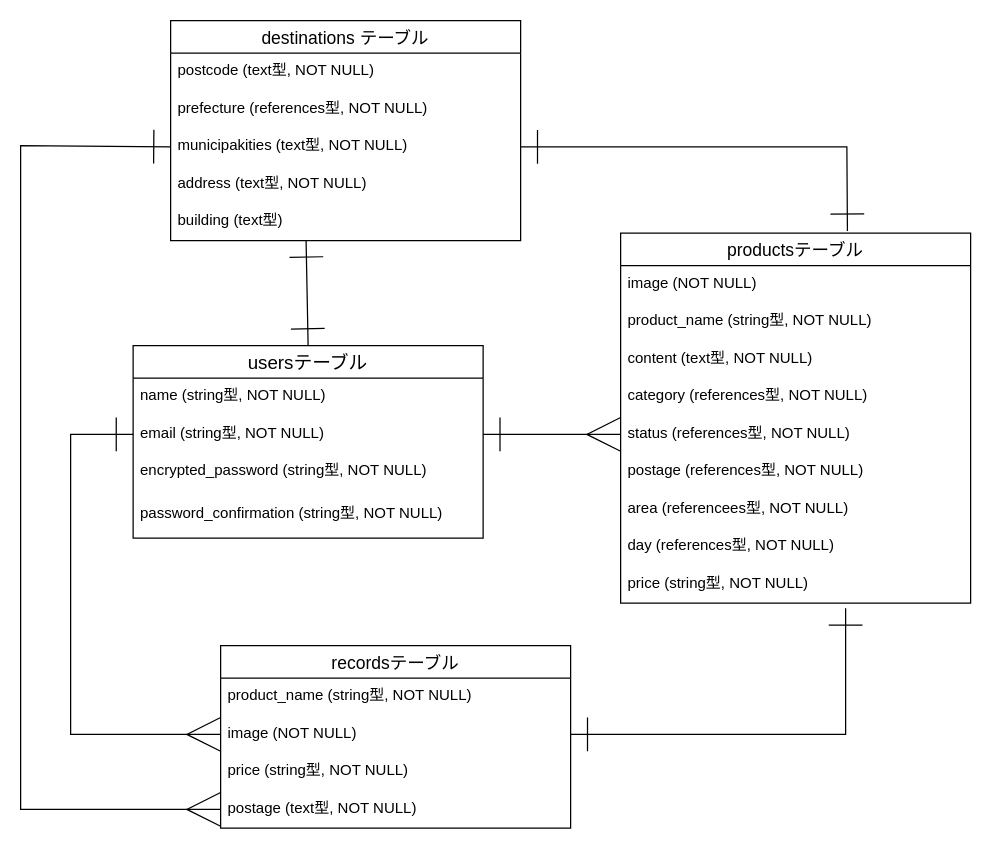
Before: ER.dio in potato972/furima-36681, a draw.io diagram. Source tidied: cells renumbered, new cells numbered last; positions are measured from the earlier drawing's top-left corner, leaving out a move shared by most shapes. Both pictures are drawn from the tidied source at 125%, with x=0, y=0 at pixel (20, 20).
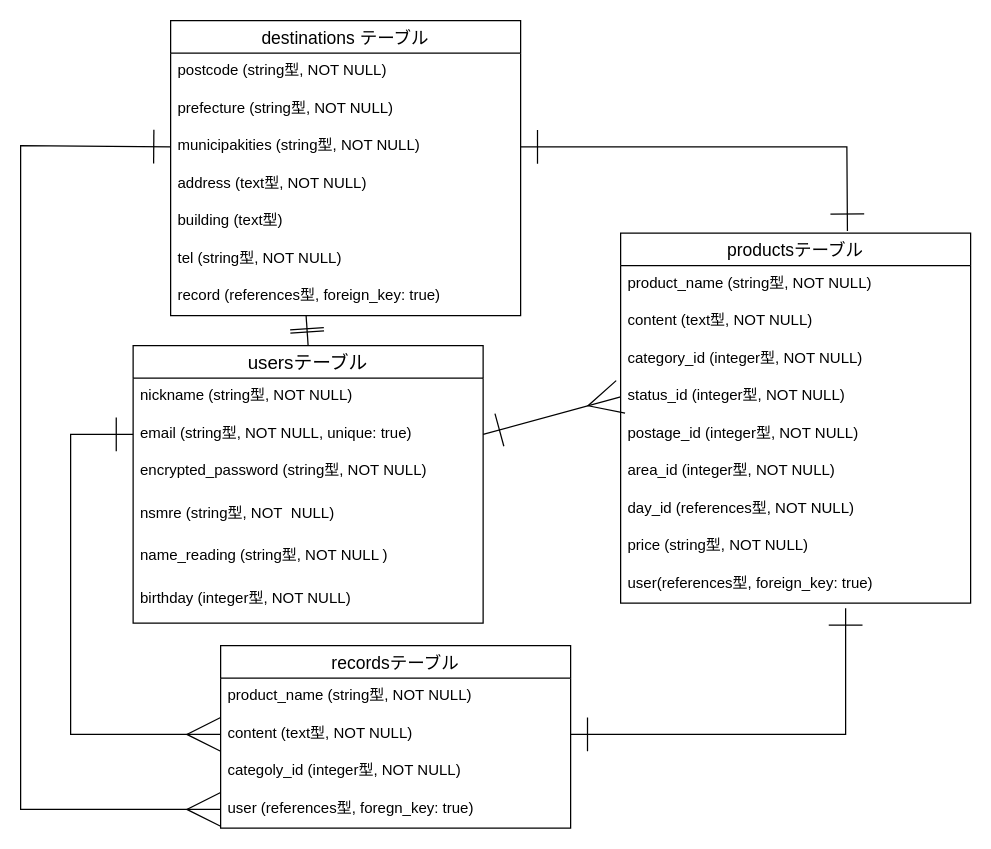
The same diagram, later.

Commit message (it also covers changes not shown here):
READ ME ,ER図修正１

Unchanged cells that the change refers to:
```xml
<mxCell id="9" value="productsテーブル" style="swimlane;fontStyle=0;horizontal=1;startSize=26;align=center;fontSize=14;html=0;" parent="1" vertex="1">
  <mxGeometry x="480" y="170" width="280" height="296" as="geometry" />
</mxCell>
<mxCell id="25" value="recordsテーブル" style="swimlane;fontStyle=0;horizontal=1;startSize=26;align=center;fontSize=14;" parent="1" vertex="1">
  <mxGeometry x="160" y="500" width="280" height="146" as="geometry" />
</mxCell>
```

The edit, as a diff of the source:
```diff
@@
     <mxCell id="3" value="usersテーブル" style="swimlane;fontStyle=0;horizontal=1;startSize=26;align=center;fontSize=15;" parent="1" vertex="1">
-      <mxGeometry x="90" y="260" width="280" height="154" as="geometry" />
+      <mxGeometry x="90" y="260" width="280" height="222" as="geometry" />
     </mxCell>
-    <mxCell id="4" value="name (string型, NOT NULL)" style="text;strokeColor=none;fillColor=none;spacingLeft=4;spacingRight=4;overflow=hidden;fontSize=12;" parent="3" vertex="1">
+    <mxCell id="4" value="nickname (string型, NOT NULL)" style="text;strokeColor=none;fillColor=none;spacingLeft=4;spacingRight=4;overflow=hidden;fontSize=12;" parent="3" vertex="1">
       <mxGeometry y="26" width="280" height="30" as="geometry" />
     </mxCell>
-    <mxCell id="5" value="email (string型, NOT NULL)" style="text;strokeColor=none;fillColor=none;spacingLeft=4;spacingRight=4;overflow=hidden;points=[[0,0.5],[1,0.5]];portConstraint=eastwest;fontSize=12;" parent="3" vertex="1">
+    <mxCell id="5" value="email (string型, NOT NULL, unique: true) " style="text;strokeColor=none;fillColor=none;spacingLeft=4;spacingRight=4;overflow=hidden;points=[[0,0.5],[1,0.5]];portConstraint=eastwest;fontSize=12;" parent="3" vertex="1">
       <mxGeometry y="56" width="280" height="30" as="geometry" />
     </mxCell>
@@
+    <mxCell id="35" value="nsmre (string型, NOT  NULL)" style="text;strokeColor=none;fillColor=none;spacingLeft=4;spacingRight=4;overflow=hidden;fontSize=12;" parent="3" vertex="1">
+      <mxGeometry y="120" width="280" height="34" as="geometry" />
+    </mxCell>
+    <mxCell id="36" value="name_reading (string型, NOT NULL )" style="text;strokeColor=none;fillColor=none;spacingLeft=4;spacingRight=4;overflow=hidden;fontSize=12;" parent="3" vertex="1">
+      <mxGeometry y="154" width="280" height="34" as="geometry" />
+    </mxCell>
-    <mxCell id="7" value="password_confirmation (string型, NOT NULL)&#10;&#10;" style="text;strokeColor=none;fillColor=none;spacingLeft=4;spacingRight=4;overflow=hidden;fontSize=12;" parent="3" vertex="1">
-      <mxGeometry y="120" width="280" height="34" as="geometry" />
+    <mxCell id="7" value="birthday (integer型, NOT NULL)" style="text;strokeColor=none;fillColor=none;spacingLeft=4;spacingRight=4;overflow=hidden;fontSize=12;" parent="3" vertex="1">
+      <mxGeometry y="188" width="280" height="34" as="geometry" />
     </mxCell>
@@
-    <mxCell id="10" value="image (NOT NULL)" style="text;strokeColor=none;fillColor=none;spacingLeft=4;spacingRight=4;overflow=hidden;fontSize=12;" parent="9" vertex="1">
-      <mxGeometry y="26" width="280" height="30" as="geometry" />
-    </mxCell>
     <mxCell id="11" value="product_name (string型, NOT NULL)" style="text;strokeColor=none;fillColor=none;spacingLeft=4;spacingRight=4;overflow=hidden;fontSize=12;" parent="9" vertex="1">
-      <mxGeometry y="56" width="280" height="30" as="geometry" />
+      <mxGeometry y="26" width="280" height="30" as="geometry" />
     </mxCell>
     <mxCell id="12" value="content (text型, NOT NULL)" style="text;strokeColor=none;fillColor=none;spacingLeft=4;spacingRight=4;overflow=hidden;fontSize=12;" parent="9" vertex="1">
-      <mxGeometry y="86" width="280" height="30" as="geometry" />
+      <mxGeometry y="56" width="280" height="30" as="geometry" />
     </mxCell>
-    <mxCell id="13" value="category (references型, NOT NULL)" style="text;strokeColor=none;fillColor=none;spacingLeft=4;spacingRight=4;overflow=hidden;fontSize=12;" parent="9" vertex="1">
-      <mxGeometry y="116" width="280" height="30" as="geometry" />
+    <mxCell id="13" value="category_id (integer型, NOT NULL)" style="text;strokeColor=none;fillColor=none;spacingLeft=4;spacingRight=4;overflow=hidden;fontSize=12;" parent="9" vertex="1">
+      <mxGeometry y="86" width="280" height="30" as="geometry" />
     </mxCell>
-    <mxCell id="14" value="status (references型, NOT NULL)" style="text;strokeColor=none;fillColor=none;spacingLeft=4;spacingRight=4;overflow=hidden;points=[[0,0.5],[1,0.5]];portConstraint=eastwest;fontSize=12;" parent="9" vertex="1">
-      <mxGeometry y="146" width="280" height="30" as="geometry" />
+    <mxCell id="14" value="status_id (integer型, NOT NULL)" style="text;strokeColor=none;fillColor=none;spacingLeft=4;spacingRight=4;overflow=hidden;points=[[0,0.5],[1,0.5]];portConstraint=eastwest;fontSize=12;" parent="9" vertex="1">
+      <mxGeometry y="116" width="280" height="30" as="geometry" />
     </mxCell>
-    <mxCell id="15" value="postage (references型, NOT NULL)" style="text;strokeColor=none;fillColor=none;spacingLeft=4;spacingRight=4;overflow=hidden;fontSize=12;" parent="9" vertex="1">
-      <mxGeometry y="176" width="280" height="30" as="geometry" />
+    <mxCell id="15" value="postage_id (integer型, NOT NULL)" style="text;strokeColor=none;fillColor=none;spacingLeft=4;spacingRight=4;overflow=hidden;fontSize=12;" parent="9" vertex="1">
+      <mxGeometry y="146" width="280" height="30" as="geometry" />
     </mxCell>
-    <mxCell id="16" value="area (referencees型, NOT NULL)" style="text;strokeColor=none;fillColor=none;spacingLeft=4;spacingRight=4;overflow=hidden;fontSize=12;" parent="9" vertex="1">
-      <mxGeometry y="206" width="280" height="30" as="geometry" />
+    <mxCell id="16" value="area_id (integer型, NOT NULL)" style="text;strokeColor=none;fillColor=none;spacingLeft=4;spacingRight=4;overflow=hidden;fontSize=12;" parent="9" vertex="1">
+      <mxGeometry y="176" width="280" height="30" as="geometry" />
     </mxCell>
-    <mxCell id="17" value="day (references型, NOT NULL)&#10;" style="text;strokeColor=none;fillColor=none;spacingLeft=4;spacingRight=4;overflow=hidden;fontSize=12;" parent="9" vertex="1">
-      <mxGeometry y="236" width="280" height="30" as="geometry" />
+    <mxCell id="17" value="day_id (references型, NOT NULL)&#10;" style="text;strokeColor=none;fillColor=none;spacingLeft=4;spacingRight=4;overflow=hidden;fontSize=12;" parent="9" vertex="1">
+      <mxGeometry y="206" width="280" height="30" as="geometry" />
     </mxCell>
     <mxCell id="18" value="price (string型, NOT NULL)" style="text;strokeColor=none;fillColor=none;spacingLeft=4;spacingRight=4;overflow=hidden;fontSize=12;" parent="9" vertex="1">
-      <mxGeometry y="266" width="280" height="30" as="geometry" />
+      <mxGeometry y="236" width="280" height="30" as="geometry" />
     </mxCell>
+    <mxCell id="37" value="user(references型, foreign_key: true)" style="text;strokeColor=none;fillColor=none;spacingLeft=4;spacingRight=4;overflow=hidden;fontSize=12;" parent="9" vertex="1">
+      <mxGeometry y="266" width="280" height="30" as="geometry" />
+    </mxCell>
     <mxCell id="19" value="destinations テーブル" style="swimlane;fontStyle=0;horizontal=1;startSize=26;align=center;fontSize=14;html=0;" parent="1" vertex="1">
-      <mxGeometry x="120" width="280" height="176" as="geometry" />
+      <mxGeometry x="120" width="280" height="236" as="geometry" />
     </mxCell>
-    <mxCell id="20" value="postcode (text型, NOT NULL)" style="text;strokeColor=none;fillColor=none;spacingLeft=4;spacingRight=4;overflow=hidden;fontSize=12;" parent="19" vertex="1">
+    <mxCell id="20" value="postcode (string型, NOT NULL)" style="text;strokeColor=none;fillColor=none;spacingLeft=4;spacingRight=4;overflow=hidden;fontSize=12;" parent="19" vertex="1">
       <mxGeometry y="26" width="280" height="30" as="geometry" />
     </mxCell>
-    <mxCell id="21" value="prefecture (references型, NOT NULL)" style="text;strokeColor=none;fillColor=none;spacingLeft=4;spacingRight=4;overflow=hidden;fontSize=12;" parent="19" vertex="1">
+    <mxCell id="21" value="prefecture (string型, NOT NULL)" style="text;strokeColor=none;fillColor=none;spacingLeft=4;spacingRight=4;overflow=hidden;fontSize=12;" parent="19" vertex="1">
       <mxGeometry y="56" width="280" height="30" as="geometry" />
     </mxCell>
-    <mxCell id="22" value="municipakities (text型, NOT NULL)" style="text;strokeColor=none;fillColor=none;spacingLeft=4;spacingRight=4;overflow=hidden;points=[[0,0.5],[1,0.5]];portConstraint=eastwest;fontSize=12;" parent="19" vertex="1">
+    <mxCell id="22" value="municipakities (string型, NOT NULL)" style="text;strokeColor=none;fillColor=none;spacingLeft=4;spacingRight=4;overflow=hidden;points=[[0,0.5],[1,0.5]];portConstraint=eastwest;fontSize=12;" parent="19" vertex="1">
       <mxGeometry y="86" width="280" height="30" as="geometry" />
     </mxCell>
@@
+    <mxCell id="38" value="building (text型)" style="text;strokeColor=none;fillColor=none;spacingLeft=4;spacingRight=4;overflow=hidden;fontSize=12;" parent="19" vertex="1">
+      <mxGeometry y="146" width="280" height="30" as="geometry" />
+    </mxCell>
+    <mxCell id="39" value="tel (string型, NOT NULL)" style="text;strokeColor=none;fillColor=none;spacingLeft=4;spacingRight=4;overflow=hidden;fontSize=12;" parent="19" vertex="1">
+      <mxGeometry y="176" width="280" height="30" as="geometry" />
+    </mxCell>
-    <mxCell id="24" value="building (text型)" style="text;strokeColor=none;fillColor=none;spacingLeft=4;spacingRight=4;overflow=hidden;points=[[0,0.5],[1,0.5]];portConstraint=eastwest;fontSize=12;" parent="19" vertex="1">
-      <mxGeometry y="146" width="280" height="30" as="geometry" />
+    <mxCell id="24" value="record (references型, foreign_key: true)" style="text;strokeColor=none;fillColor=none;spacingLeft=4;spacingRight=4;overflow=hidden;points=[[0,0.5],[1,0.5]];portConstraint=eastwest;fontSize=12;" parent="19" vertex="1">
+      <mxGeometry y="206" width="280" height="30" as="geometry" />
     </mxCell>
@@
-    <mxCell id="27" value="image (NOT NULL)" style="text;strokeColor=none;fillColor=none;spacingLeft=4;spacingRight=4;overflow=hidden;points=[[0,0.5],[1,0.5]];portConstraint=eastwest;fontSize=12;" parent="25" vertex="1">
-      <mxGeometry y="56" width="280" height="30" as="geometry" />
-    </mxCell>
-    <mxCell id="28" value="price (string型, NOT NULL)" style="text;strokeColor=none;fillColor=none;spacingLeft=4;spacingRight=4;overflow=hidden;fontSize=12;" parent="25" vertex="1">
-      <mxGeometry y="86" width="280" height="30" as="geometry" />
+    <mxCell id="28" value="content (text型, NOT NULL)" style="text;strokeColor=none;fillColor=none;spacingLeft=4;spacingRight=4;overflow=hidden;fontSize=12;" parent="25" vertex="1">
+      <mxGeometry y="56" width="280" height="30" as="geometry" />
     </mxCell>
+    <mxCell id="40" value="categoly_id (integer型, NOT NULL)" style="text;strokeColor=none;fillColor=none;spacingLeft=4;spacingRight=4;overflow=hidden;fontSize=12;" parent="25" vertex="1">
+      <mxGeometry y="86" width="280" height="30" as="geometry" />
+    </mxCell>
-    <mxCell id="29" value="postage (text型, NOT NULL)" style="text;strokeColor=none;fillColor=none;spacingLeft=4;spacingRight=4;overflow=hidden;points=[[0,0.5],[1,0.5]];portConstraint=eastwest;fontSize=12;" parent="25" vertex="1">
+    <mxCell id="29" value="user (references型, foregn_key: true)" style="text;strokeColor=none;fillColor=none;spacingLeft=4;spacingRight=4;overflow=hidden;points=[[0,0.5],[1,0.5]];portConstraint=eastwest;fontSize=12;" parent="25" vertex="1">
       <mxGeometry y="116" width="280" height="30" as="geometry" />
     </mxCell>
@@
-    <mxCell id="31" style="edgeStyle=none;html=1;exitX=0;exitY=0.5;exitDx=0;exitDy=0;entryX=0;entryY=0.5;entryDx=0;entryDy=0;startArrow=ERone;startFill=0;endArrow=ERmany;endFill=0;startSize=25;endSize=25;rounded=0;" parent="1" edge="1" source="5" target="27">
+    <mxCell id="31" style="edgeStyle=none;html=1;exitX=0;exitY=0.5;exitDx=0;exitDy=0;entryX=0;entryY=0.5;entryDx=0;entryDy=0;startArrow=ERone;startFill=0;endArrow=ERmany;endFill=0;startSize=25;endSize=25;rounded=0;" parent="1" edge="1" source="5">
       <mxGeometry relative="1" as="geometry">
+        <mxPoint x="160" y="571" as="targetPoint" />
         <Array as="points">
           <mxPoint x="40" y="331" />
           <mxPoint x="40" y="571" />
         </Array>
       </mxGeometry>
     </mxCell>
-    <mxCell id="32" style="edgeStyle=none;rounded=0;html=1;exitX=1;exitY=0.5;exitDx=0;exitDy=0;startArrow=ERone;startFill=0;endArrow=ERone;endFill=0;startSize=25;endSize=25;" parent="1" edge="1" source="27">
+    <mxCell id="32" style="edgeStyle=none;rounded=0;html=1;exitX=1;exitY=0.5;exitDx=0;exitDy=0;startArrow=ERone;startFill=0;endArrow=ERone;endFill=0;startSize=25;endSize=25;" parent="1" edge="1">
       <mxGeometry relative="1" as="geometry">
+        <mxPoint x="440" y="571" as="sourcePoint" />
         <mxPoint x="660" y="470" as="targetPoint" />
         <Array as="points">
           <mxPoint x="660" y="571" />
         </Array>
       </mxGeometry>
     </mxCell>
```
